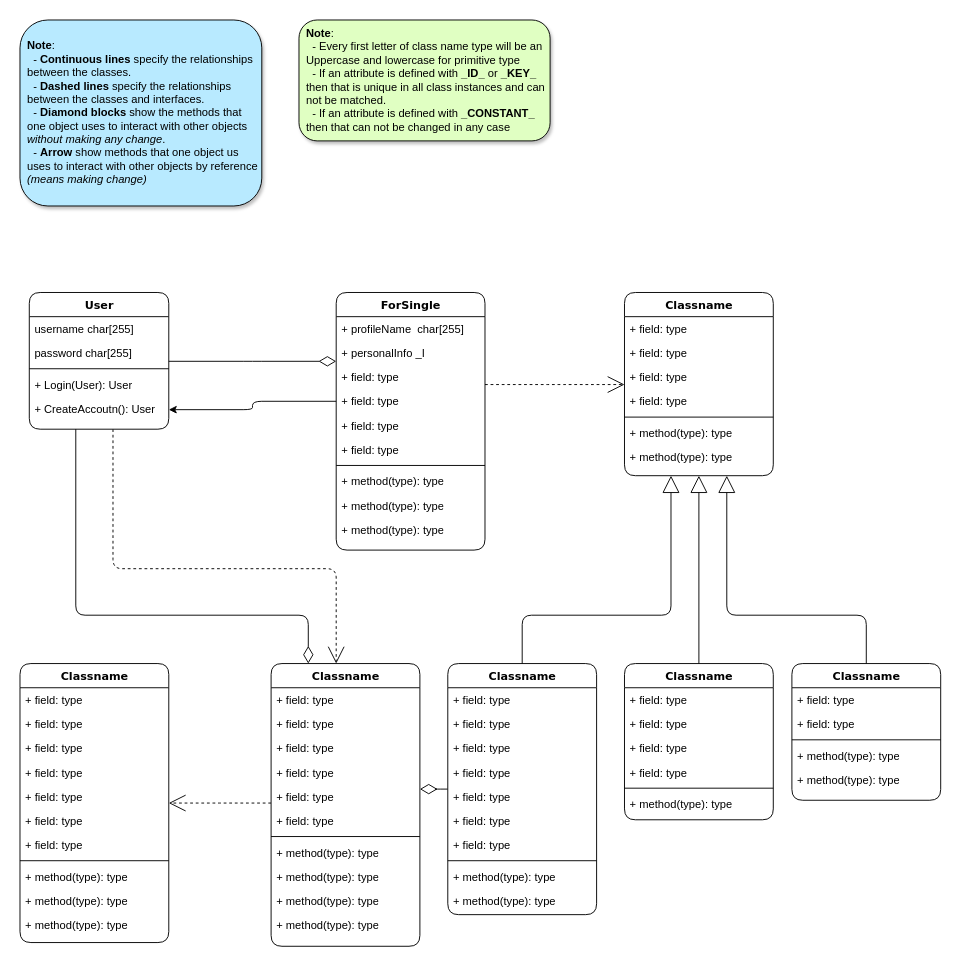
This is Class_Diagram.drawio from KyoTranKMA/DRP-Website, a draw.io file, before an edit. Source tidied: cells renumbered, new cells numbered last; positions are measured from the earlier drawing's top-left corner, leaving out a move shared by most shapes. Both pictures are drawn from the tidied source at 93%, with x=0, y=0 at pixel (20, 20).
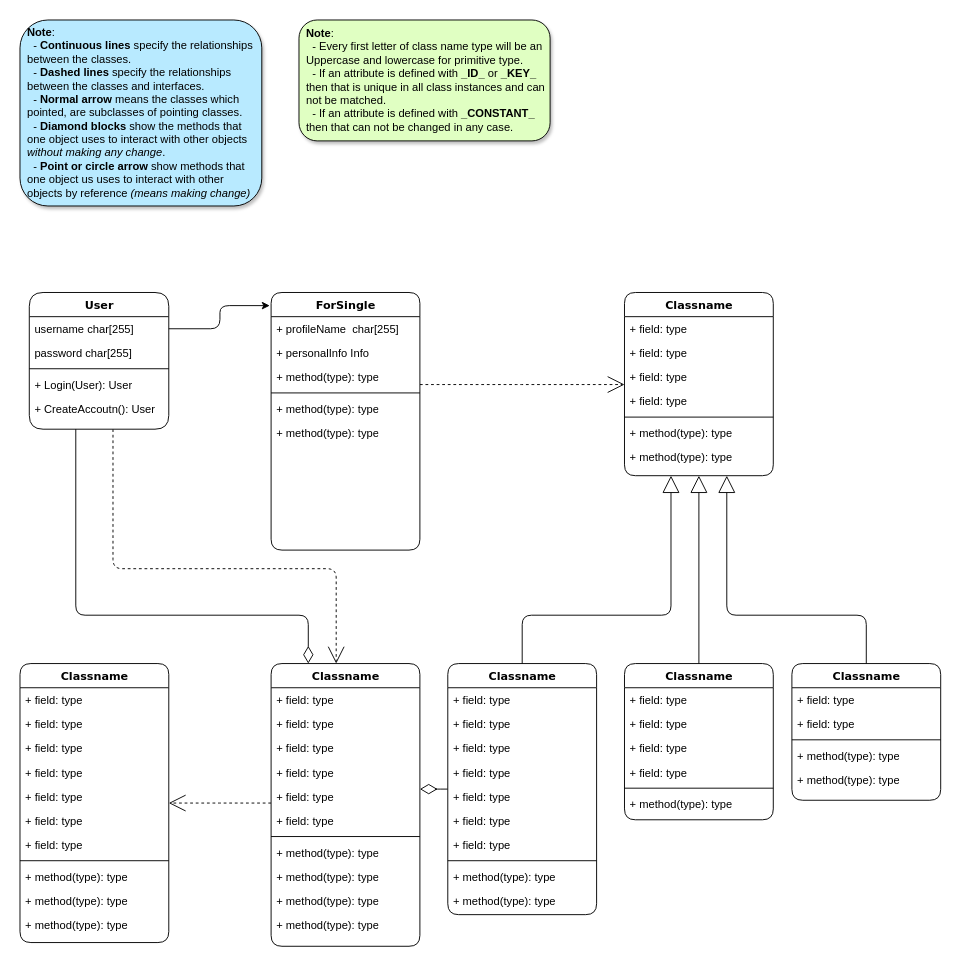
The same page after the edit.

The change refers to these unchanged cells:
```xml
<mxCell id="4" value="username char[255]&lt;span style=&quot;white-space: pre;&quot;&gt;&#9;&lt;/span&gt;" style="text;html=1;strokeColor=none;fillColor=none;align=left;verticalAlign=top;spacingLeft=4;spacingRight=4;whiteSpace=wrap;overflow=hidden;points=[[0,0.5],[1,0.5]];portConstraint=eastwest;labelBackgroundColor=none;rounded=1;" parent="3" vertex="1">
  <mxGeometry y="26" width="150" height="26" as="geometry" />
</mxCell>
<mxCell id="8" value="+ CreateAccoutn(): User" style="text;html=1;strokeColor=none;fillColor=none;align=left;verticalAlign=top;spacingLeft=4;spacingRight=4;whiteSpace=wrap;overflow=hidden;points=[[0,0.5],[1,0.5]];portConstraint=eastwest;labelBackgroundColor=none;rounded=1;" parent="3" vertex="1">
  <mxGeometry y="112" width="150" height="28" as="geometry" />
</mxCell>
```

Diff of the diagram source:
```diff
@@
-    <mxCell id="3" value="User" style="swimlane;html=1;fontStyle=1;align=center;verticalAlign=top;horizontal=1;startSize=26;swimlaneFillColor=#ffffff;rounded=1;shadow=0;comic=0;labelBackgroundColor=none;strokeWidth=1;fillColor=none;fontFamily=Verdana;fontSize=12;" parent="1" vertex="1">
+    <mxCell id="3" value="User" style="swimlane;html=1;fontStyle=1;align=center;verticalAlign=top;horizontal=1;startSize=26;swimlaneFillColor=#ffffff;rounded=1;shadow=0;comic=0;labelBackgroundColor=none;strokeWidth=1;fillColor=none;fontFamily=Verdana;fontSize=12;arcSize=19;" parent="1" vertex="1">
       <mxGeometry x="10" y="293" width="150" height="147" as="geometry" />
     </mxCell>
@@
     <mxCell id="10" value="ForSingle" style="swimlane;html=1;fontStyle=1;align=center;verticalAlign=top;horizontal=1;startSize=26;swimlaneFillColor=#ffffff;rounded=1;shadow=0;comic=0;labelBackgroundColor=none;strokeWidth=1;fillColor=none;fontFamily=Verdana;fontSize=12;" parent="1" vertex="1">
-      <mxGeometry x="340" y="293" width="160" height="277" as="geometry" />
+      <mxGeometry x="270" y="293" width="160" height="277" as="geometry" />
     </mxCell>
@@
-    <mxCell id="12" value="+ personalInfo _I" style="text;html=1;strokeColor=none;fillColor=none;align=left;verticalAlign=top;spacingLeft=4;spacingRight=4;whiteSpace=wrap;overflow=hidden;labelBackgroundColor=none;rounded=1;" parent="10" vertex="1">
+    <mxCell id="12" value="+ personalInfo Info" style="text;html=1;strokeColor=none;fillColor=none;align=left;verticalAlign=top;spacingLeft=4;spacingRight=4;whiteSpace=wrap;overflow=hidden;labelBackgroundColor=none;rounded=1;" parent="10" vertex="1">
       <mxGeometry y="52" width="160" height="26" as="geometry" />
     </mxCell>
-    <mxCell id="13" value="+ field: type" style="text;html=1;strokeColor=none;fillColor=none;align=left;verticalAlign=top;spacingLeft=4;spacingRight=4;whiteSpace=wrap;overflow=hidden;labelBackgroundColor=none;rounded=1;" parent="10" vertex="1">
-      <mxGeometry y="78" width="160" height="26" as="geometry" />
-    </mxCell>
-    <mxCell id="14" value="+ field: type" style="text;html=1;strokeColor=none;fillColor=none;align=left;verticalAlign=top;spacingLeft=4;spacingRight=4;whiteSpace=wrap;overflow=hidden;points=[[0,0.5],[1,0.5]];portConstraint=eastwest;labelBackgroundColor=none;rounded=1;" parent="10" vertex="1">
-      <mxGeometry y="104" width="160" height="26" as="geometry" />
-    </mxCell>
-    <mxCell id="15" value="+ field: type" style="text;html=1;strokeColor=none;fillColor=none;align=left;verticalAlign=top;spacingLeft=4;spacingRight=4;whiteSpace=wrap;overflow=hidden;labelBackgroundColor=none;rounded=1;" parent="10" vertex="1">
-      <mxGeometry y="130" width="160" height="26" as="geometry" />
-    </mxCell>
-    <mxCell id="16" value="+ field: type" style="text;html=1;strokeColor=none;fillColor=none;align=left;verticalAlign=top;spacingLeft=4;spacingRight=4;whiteSpace=wrap;overflow=hidden;labelBackgroundColor=none;rounded=1;" parent="10" vertex="1">
-      <mxGeometry y="156" width="160" height="26" as="geometry" />
-    </mxCell>
+    <mxCell id="19" value="+ method(type): type" style="text;html=1;strokeColor=none;fillColor=none;align=left;verticalAlign=top;spacingLeft=4;spacingRight=4;whiteSpace=wrap;overflow=hidden;labelBackgroundColor=none;rounded=1;" parent="10" vertex="1">
+      <mxGeometry y="78" width="160" height="26" as="geometry" />
+    </mxCell>
     <mxCell id="17" style="line;html=1;strokeWidth=1;fillColor=none;align=left;verticalAlign=middle;spacingTop=-1;spacingLeft=3;spacingRight=3;labelPosition=right;labelBackgroundColor=none;rounded=1;" parent="10" vertex="1">
-      <mxGeometry y="182" width="160" height="8" as="geometry" />
+      <mxGeometry y="104" width="160" height="8" as="geometry" />
     </mxCell>
+    <mxCell id="20" value="+ method(type): type" style="text;html=1;strokeColor=none;fillColor=none;align=left;verticalAlign=top;spacingLeft=4;spacingRight=4;whiteSpace=wrap;overflow=hidden;labelBackgroundColor=none;rounded=1;" parent="10" vertex="1">
+      <mxGeometry y="112" width="160" height="26" as="geometry" />
+    </mxCell>
     <mxCell id="18" value="+ method(type): type" style="text;html=1;strokeColor=none;fillColor=none;align=left;verticalAlign=top;spacingLeft=4;spacingRight=4;whiteSpace=wrap;overflow=hidden;labelBackgroundColor=none;rounded=1;" parent="10" vertex="1">
-      <mxGeometry y="190" width="160" height="26" as="geometry" />
+      <mxGeometry y="138" width="160" height="26" as="geometry" />
     </mxCell>
-    <mxCell id="19" value="+ method(type): type" style="text;html=1;strokeColor=none;fillColor=none;align=left;verticalAlign=top;spacingLeft=4;spacingRight=4;whiteSpace=wrap;overflow=hidden;labelBackgroundColor=none;rounded=1;" parent="10" vertex="1">
-      <mxGeometry y="216" width="160" height="26" as="geometry" />
-    </mxCell>
-    <mxCell id="20" value="+ method(type): type" style="text;html=1;strokeColor=none;fillColor=none;align=left;verticalAlign=top;spacingLeft=4;spacingRight=4;whiteSpace=wrap;overflow=hidden;labelBackgroundColor=none;rounded=1;" parent="10" vertex="1">
-      <mxGeometry y="242" width="160" height="26" as="geometry" />
-    </mxCell>
@@
-    <mxCell id="82" style="edgeStyle=elbowEdgeStyle;html=1;labelBackgroundColor=none;startFill=0;startSize=8;endArrow=diamondThin;endFill=0;endSize=16;fontFamily=Verdana;fontSize=12;elbow=vertical;fontColor=default;" parent="1" edge="1" source="3" target="10">
-      <mxGeometry relative="1" as="geometry" />
-    </mxCell>
-    <mxCell id="83" value="&lt;b&gt;Note&lt;/b&gt;:&amp;nbsp;&lt;br&gt;&amp;nbsp; - &lt;b&gt;Continuous lines&lt;/b&gt; specify the relationships between the classes.&lt;div&gt;&amp;nbsp; - &lt;b&gt;Dashed lines&lt;/b&gt; specify the relationships between the classes and interfaces.&lt;/div&gt;&lt;div&gt;&amp;nbsp; - &lt;b&gt;Diamond blocks&lt;/b&gt; show the methods that one object uses to interact with other objects &lt;i&gt;without making any change&lt;/i&gt;.&lt;/div&gt;&lt;div&gt;&amp;nbsp; - &lt;b&gt;Arrow &lt;/b&gt;show methods that one object us uses to interact with other objects by reference &lt;i&gt;(means making change)&lt;/i&gt;&lt;/div&gt;" style="rounded=1;html=1;fillColor=#B8EAFF;align=left;labelBackgroundColor=none;whiteSpace=wrap;spacing=3;spacingLeft=5;glass=0;shadow=1;" parent="1" vertex="1">
+    <mxCell id="83" value="&lt;b&gt;Note&lt;/b&gt;:&amp;nbsp;&lt;br&gt;&amp;nbsp; - &lt;b&gt;Continuous lines&lt;/b&gt; specify the relationships between the classes.&lt;div&gt;&amp;nbsp; - &lt;b&gt;Dashed lines&lt;/b&gt; specify the relationships between the classes and interfaces.&lt;br&gt;&amp;nbsp; - &lt;b&gt;Normal arrow &lt;/b&gt;means the classes which pointed, are subclasses of pointing classes.&amp;nbsp;&lt;/div&gt;&lt;div&gt;&amp;nbsp; - &lt;b&gt;Diamond blocks&lt;/b&gt; show the methods that one object uses to interact with other objects &lt;i&gt;without making any change&lt;/i&gt;.&lt;/div&gt;&lt;div&gt;&amp;nbsp; - &lt;b&gt;Point or circle arrow&amp;nbsp;&lt;/b&gt;show methods that one object us uses to interact with other objects by reference &lt;i&gt;(means making change)&lt;/i&gt;&lt;/div&gt;" style="rounded=1;html=1;fillColor=#B8EAFF;align=left;labelBackgroundColor=none;whiteSpace=wrap;spacing=3;spacingLeft=5;glass=0;shadow=1;" parent="1" vertex="1">
       <mxGeometry width="260" height="200" as="geometry" />
     </mxCell>
@@
-    <mxCell id="85" style="edgeStyle=orthogonalEdgeStyle;rounded=1;jettySize=auto;html=1;exitX=0;exitY=0.5;exitDx=0;exitDy=0;" parent="1" edge="1" source="14" target="8">
-      <mxGeometry relative="1" as="geometry" />
-    </mxCell>
-    <mxCell id="86" value="&lt;b&gt;Note&lt;/b&gt;:&amp;nbsp;&lt;br&gt;&amp;nbsp; - Every first letter of class name type will be an Uppercase and lowercase for primitive type&lt;br&gt;&amp;nbsp; - If an attribute is defined with &lt;b&gt;_ID_&amp;nbsp;&lt;/b&gt;or &lt;b&gt;_KEY_ &lt;/b&gt;then that is unique in all class instances and can not be matched.&amp;nbsp;&lt;br&gt;&amp;nbsp; - If an attribute is defined with &lt;b&gt;_CONSTANT_ &lt;/b&gt;then that can not be changed in any case" style="rounded=1;html=1;fillColor=#E0FFC2;align=left;labelBackgroundColor=none;whiteSpace=wrap;spacing=3;spacingLeft=5;glass=0;shadow=1;" parent="1" vertex="1">
+    <mxCell id="86" value="&lt;b&gt;Note&lt;/b&gt;:&amp;nbsp;&lt;br&gt;&amp;nbsp; - Every first letter of class name type will be an Uppercase and lowercase for primitive type.&lt;br&gt;&amp;nbsp; - If an attribute is defined with &lt;b&gt;_ID_&amp;nbsp;&lt;/b&gt;or &lt;b&gt;_KEY_ &lt;/b&gt;then that is unique in all class instances and can not be matched.&amp;nbsp;&lt;br&gt;&amp;nbsp; - If an attribute is defined with &lt;b&gt;_CONSTANT_ &lt;/b&gt;then that can not be changed in any case." style="rounded=1;html=1;fillColor=#E0FFC2;align=left;labelBackgroundColor=none;whiteSpace=wrap;spacing=3;spacingLeft=5;glass=0;shadow=1;" parent="1" vertex="1">
       <mxGeometry x="300" width="270" height="130" as="geometry" />
     </mxCell>
+    <mxCell id="87" style="edgeStyle=orthogonalEdgeStyle;rounded=1;jettySize=auto;html=1;exitX=1;exitY=0.5;exitDx=0;exitDy=0;entryX=-0.009;entryY=0.051;entryDx=0;entryDy=0;entryPerimeter=0;" parent="1" edge="1" source="4" target="10">
+      <mxGeometry relative="1" as="geometry" />
+    </mxCell>
```
